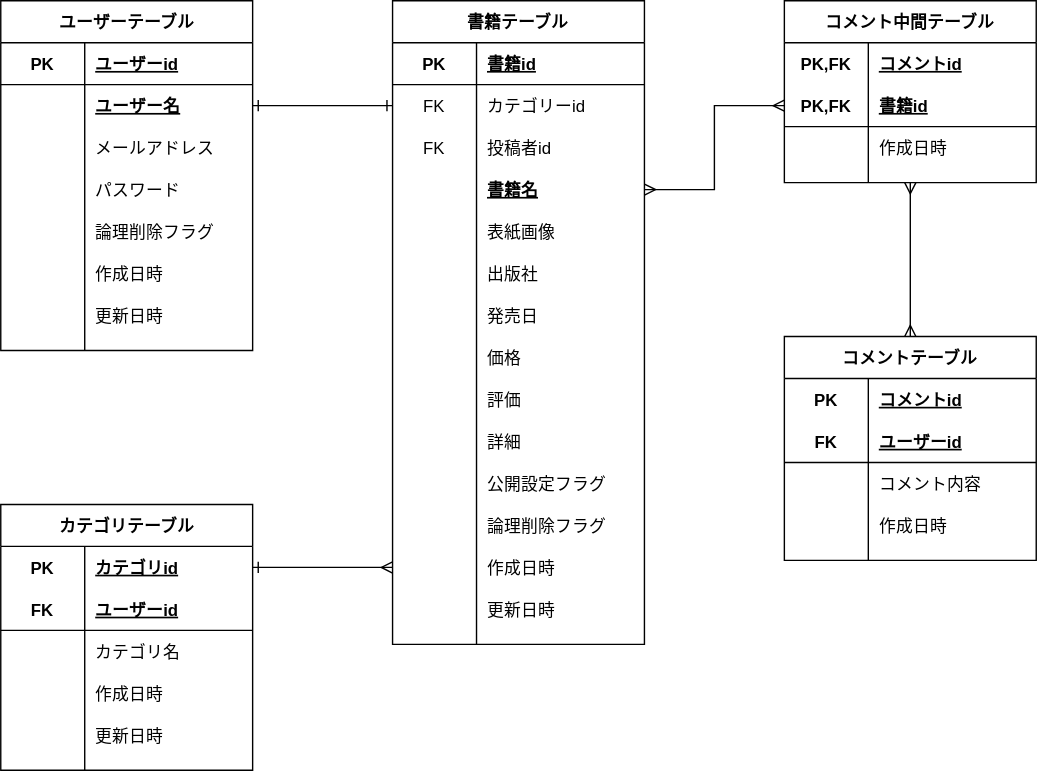
Before: ERdiagram.drawio.svg, a diagram exported from draw.io (takumi98/EngineerBookshelf). Source tidied: cells renumbered, new cells last; positions are measured from the earlier drawing's top-left corner, leaving out a move shared by most shapes.
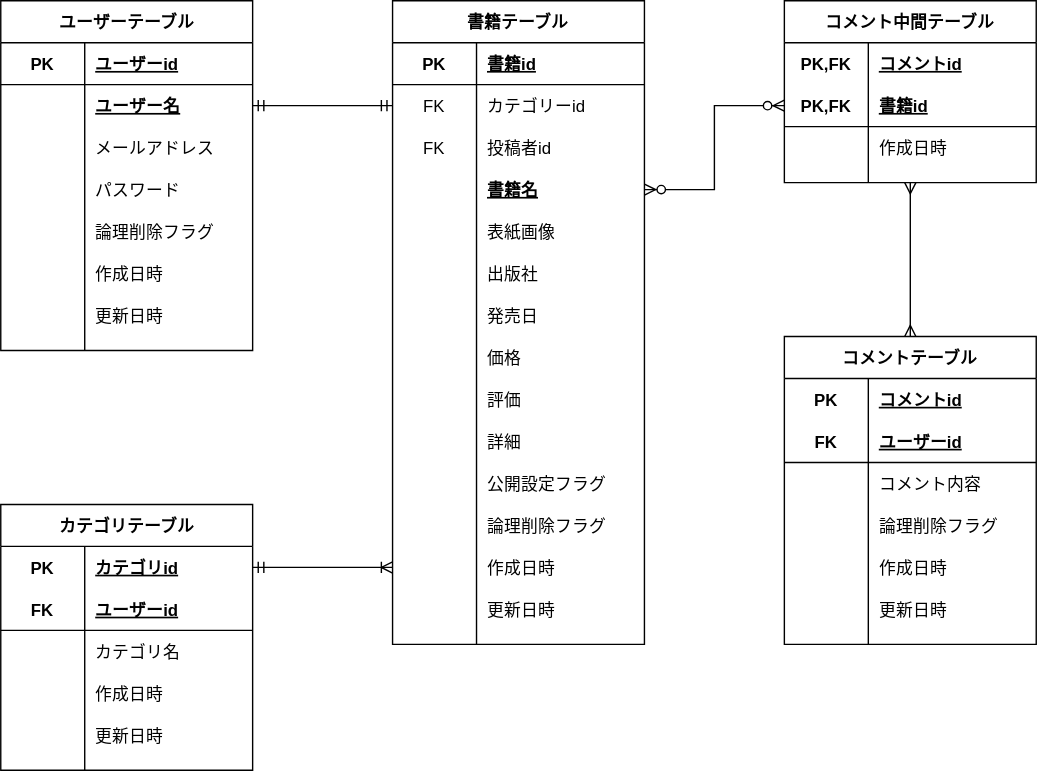
After the change.

Commit message:
[update]コメントテーブルに削除フラグを追加

What changed in the source:
```diff
@@ -2,7 +2,7 @@
   <root>
     <mxCell id="0" />
     <mxCell id="1" parent="0" />
-    <mxCell id="2" style="edgeStyle=orthogonalEdgeStyle;rounded=0;jettySize=auto;html=1;entryX=0;entryY=0.5;entryDx=0;entryDy=0;endArrow=ERone;endFill=0;exitX=1;exitY=0.5;exitDx=0;exitDy=0;startArrow=ERone;startFill=0;" parent="1" edge="1" source="7" target="29">
+    <mxCell id="2" style="edgeStyle=orthogonalEdgeStyle;rounded=0;jettySize=auto;html=1;entryX=0;entryY=0.5;entryDx=0;entryDy=0;endArrow=ERmandOne;endFill=0;exitX=1;exitY=0.5;exitDx=0;exitDy=0;startArrow=ERmandOne;startFill=0;" parent="1" edge="1" source="7" target="29">
       <mxGeometry relative="1" as="geometry" />
     </mxCell>
     <mxCell id="3" value="ユーザーテーブル" style="shape=table;startSize=30;rowLines=0;fontStyle=1;align=center;" parent="1" vertex="1">
@@ -204,7 +204,7 @@
       <mxGeometry relative="1" as="geometry" />
     </mxCell>
     <mxCell id="69" value="コメントテーブル" style="shape=table;startSize=30;rowLines=0;fontStyle=1;align=center;" parent="1" vertex="1">
-      <mxGeometry x="560" y="240" width="180" height="160" as="geometry" />
+      <mxGeometry x="560" y="240" width="180" height="220" as="geometry" />
     </mxCell>
     <mxCell id="70" style="shape=partialRectangle;fillColor=none;top=0;left=0;bottom=0;right=0;" parent="69" vertex="1">
       <mxGeometry y="30" width="180" height="30" as="geometry" />
@@ -233,8 +233,17 @@
     <mxCell id="78" value="コメント内容" style="shape=partialRectangle;fillColor=none;top=0;left=0;bottom=0;right=0;align=left;spacingLeft=6;overflow=hidden;" parent="76" vertex="1">
       <mxGeometry x="60" width="120" height="30" as="geometry" />
     </mxCell>
+    <mxCell id="110" style="shape=partialRectangle;fillColor=none;top=0;left=0;bottom=0;right=0;" parent="69" vertex="1">
+      <mxGeometry y="120" width="180" height="30" as="geometry" />
+    </mxCell>
+    <mxCell id="111" style="shape=partialRectangle;fillColor=none;top=0;left=0;bottom=0;right=0;overflow=hidden;" parent="110" vertex="1">
+      <mxGeometry width="60" height="30" as="geometry" />
+    </mxCell>
+    <mxCell id="112" value="論理削除フラグ" style="shape=partialRectangle;fillColor=none;top=0;left=0;bottom=0;right=0;align=left;spacingLeft=6;overflow=hidden;" parent="110" vertex="1">
+      <mxGeometry x="60" width="120" height="30" as="geometry" />
+    </mxCell>
     <mxCell id="79" style="shape=partialRectangle;fillColor=none;top=0;left=0;bottom=0;right=0;" parent="69" vertex="1">
-      <mxGeometry y="120" width="180" height="30" as="geometry" />
+      <mxGeometry y="150" width="180" height="30" as="geometry" />
     </mxCell>
     <mxCell id="80" style="shape=partialRectangle;fillColor=none;top=0;left=0;bottom=0;right=0;overflow=hidden;" parent="79" vertex="1">
       <mxGeometry width="60" height="30" as="geometry" />
@@ -242,6 +251,15 @@
     <mxCell id="81" value="作成日時" style="shape=partialRectangle;fillColor=none;top=0;left=0;bottom=0;right=0;align=left;spacingLeft=6;overflow=hidden;" parent="79" vertex="1">
       <mxGeometry x="60" width="120" height="30" as="geometry" />
     </mxCell>
+    <mxCell id="113" style="shape=partialRectangle;fillColor=none;top=0;left=0;bottom=0;right=0;" parent="69" vertex="1">
+      <mxGeometry y="180" width="180" height="30" as="geometry" />
+    </mxCell>
+    <mxCell id="114" style="shape=partialRectangle;fillColor=none;top=0;left=0;bottom=0;right=0;overflow=hidden;" parent="113" vertex="1">
+      <mxGeometry width="60" height="30" as="geometry" />
+    </mxCell>
+    <mxCell id="115" value="更新日時" style="shape=partialRectangle;fillColor=none;top=0;left=0;bottom=0;right=0;align=left;spacingLeft=6;overflow=hidden;" parent="113" vertex="1">
+      <mxGeometry x="60" width="120" height="30" as="geometry" />
+    </mxCell>
     <mxCell id="82" value="コメント中間テーブル" style="shape=table;startSize=30;rowLines=0;fontStyle=1;align=center;" parent="1" vertex="1">
       <mxGeometry x="560" width="180" height="130" as="geometry" />
     </mxCell>
@@ -320,10 +338,10 @@
     <mxCell id="107" value="更新日時" style="shape=partialRectangle;fillColor=none;top=0;left=0;bottom=0;right=0;align=left;spacingLeft=6;overflow=hidden;" parent="105" vertex="1">
       <mxGeometry x="60" width="120" height="30" as="geometry" />
     </mxCell>
-    <mxCell id="108" style="edgeStyle=orthogonalEdgeStyle;rounded=0;jettySize=auto;html=1;exitX=0;exitY=0.5;exitDx=0;exitDy=0;entryX=1;entryY=0.5;entryDx=0;entryDy=0;startArrow=ERmany;startFill=0;endArrow=ERmany;endFill=0;" parent="1" edge="1" source="86" target="35">
+    <mxCell id="108" style="edgeStyle=orthogonalEdgeStyle;rounded=0;jettySize=auto;html=1;exitX=0;exitY=0.5;exitDx=0;exitDy=0;entryX=1;entryY=0.5;entryDx=0;entryDy=0;startArrow=ERzeroToMany;startFill=1;endArrow=ERzeroToMany;endFill=1;" parent="1" edge="1" source="86" target="35">
       <mxGeometry relative="1" as="geometry" />
     </mxCell>
-    <mxCell id="109" style="edgeStyle=orthogonalEdgeStyle;rounded=0;jettySize=auto;html=1;exitX=1;exitY=0.5;exitDx=0;exitDy=0;entryX=0;entryY=0.5;entryDx=0;entryDy=0;startArrow=ERone;startFill=0;endArrow=ERmany;endFill=0;" parent="1" edge="1" source="93" target="62">
+    <mxCell id="109" style="edgeStyle=orthogonalEdgeStyle;rounded=0;jettySize=auto;html=1;exitX=1;exitY=0.5;exitDx=0;exitDy=0;entryX=0;entryY=0.5;entryDx=0;entryDy=0;startArrow=ERmandOne;startFill=0;endArrow=ERoneToMany;endFill=0;" parent="1" edge="1" source="93" target="62">
       <mxGeometry relative="1" as="geometry" />
     </mxCell>
   </root>
```
